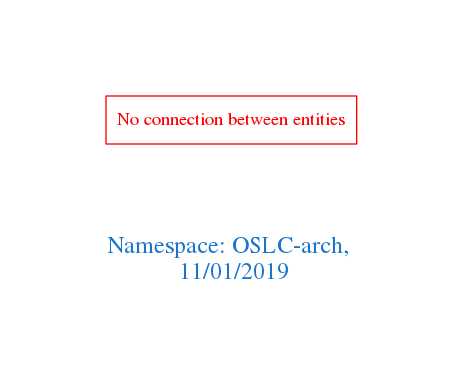
This is downloads/OSLC-arch.png from arago/OGIT, a Graphviz export, as it was before one commit. Its source is kept beside it as downloads/OSLC-arch.dot.
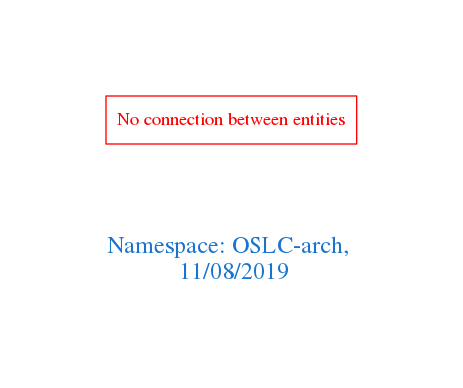
The same file after the commit.

What changed in the source:
```diff
@@ -1,7 +1,7 @@
 digraph OGIT_ontology {
  graph [ rankdir= LR,pad=1
 fontsize = 18,
-fontcolor= dodgerblue3,label = "\n\n\nNamespace: OSLC-arch, \n 11/01/2019"];
+fontcolor= dodgerblue3,label = "\n\n\nNamespace: OSLC-arch, \n 11/08/2019"];
 node[shape=polygon];
 edge [  color="gray81"];
 
```
